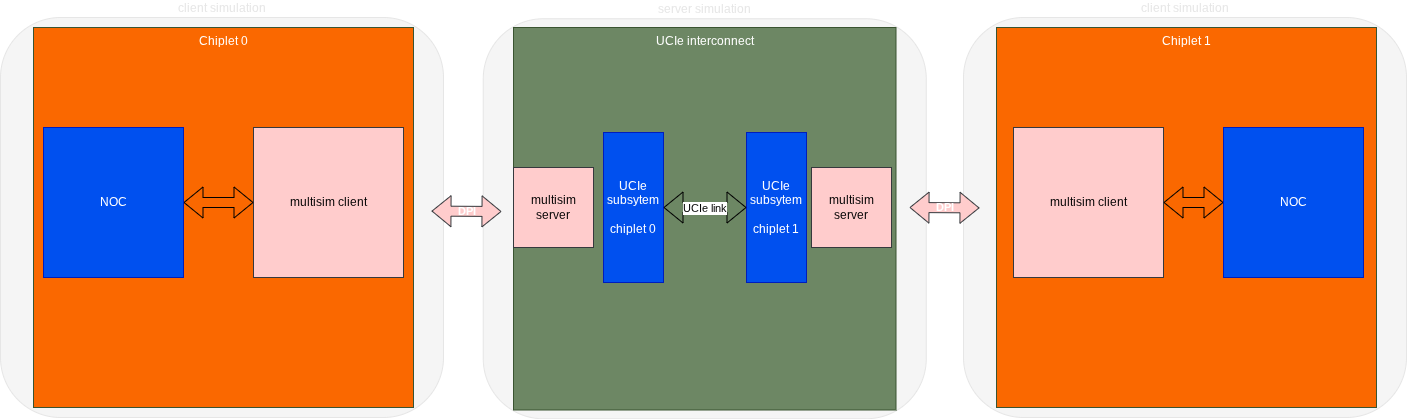
The draw.io diagram .assets/multisim_multi_chiplet_UCIE.drawio.png in zarubaf/multisim, before a commit. Source tidied: cells renumbered, new cells last; positions are measured from the earlier drawing's top-left corner, leaving out a move shared by most shapes. The source it was exported from:
```xml
<mxGraphModel>
  <root>
    <mxCell id="0" />
    <mxCell id="1" parent="0" />
    <mxCell id="2" value="server simulation" style="rounded=1;whiteSpace=wrap;html=1;labelPosition=center;verticalLabelPosition=top;align=center;verticalAlign=bottom;fillColor=#f5f5f5;strokeColor=#E6E6E6;fontColor=#E6E6E6;" parent="1" vertex="1">
      <mxGeometry x="482.8" y="1.2" width="443" height="400" as="geometry" />
    </mxCell>
    <mxCell id="3" value="client&lt;span style=&quot;background-color: transparent;&quot;&gt;&amp;nbsp;simulation&lt;/span&gt;" style="rounded=1;whiteSpace=wrap;html=1;labelPosition=center;verticalLabelPosition=top;align=center;verticalAlign=bottom;fillColor=#f5f5f5;strokeColor=#E6E6E6;fontColor=#E6E6E6;" parent="1" vertex="1">
      <mxGeometry width="443" height="400" as="geometry" />
    </mxCell>
    <mxCell id="4" value="Chiplet 0" style="whiteSpace=wrap;html=1;fillColor=#FA6800;strokeColor=#3A5431;align=center;labelPosition=center;verticalLabelPosition=middle;verticalAlign=top;fontColor=#ffffff;" parent="1" vertex="1">
      <mxGeometry x="33" y="10" width="380" height="380" as="geometry" />
    </mxCell>
    <mxCell id="5" value="multisim client" style="whiteSpace=wrap;html=1;fillColor=#ffcccc;strokeColor=#36393d;" parent="1" vertex="1">
      <mxGeometry x="253" y="110" width="150" height="150" as="geometry" />
    </mxCell>
    <mxCell id="6" value="DPI" style="shape=flexArrow;endArrow=classic;startArrow=classic;html=1;rounded=0;fillColor=#ffcccc;strokeColor=#36393d;labelBackgroundColor=none;labelBorderColor=none;textShadow=0;fontStyle=1;fontColor=#FFFFFF;" parent="1" edge="1">
      <mxGeometry relative="1" as="geometry">
        <mxPoint x="431" y="193.6" as="sourcePoint" />
        <mxPoint x="501" y="194" as="targetPoint" />
      </mxGeometry>
    </mxCell>
    <mxCell id="7" style="shape=flexArrow;endArrow=classic;startArrow=classic;html=1;rounded=0;exitX=1;exitY=0.5;exitDx=0;exitDy=0;entryX=0;entryY=0.5;entryDx=0;entryDy=0;" parent="1" edge="1" source="8" target="5">
      <mxGeometry relative="1" as="geometry" />
    </mxCell>
    <mxCell id="8" value="NOC" style="rounded=0;whiteSpace=wrap;html=1;fillColor=#0050ef;strokeColor=#001DBC;fontColor=#ffffff;" parent="1" vertex="1">
      <mxGeometry x="43" y="110" width="140" height="150" as="geometry" />
    </mxCell>
    <mxCell id="9" value="client simulation" style="rounded=1;whiteSpace=wrap;html=1;labelPosition=center;verticalLabelPosition=top;align=center;verticalAlign=bottom;direction=east;fillColor=#f5f5f5;fontColor=#E6E6E6;strokeColor=#E6E6E6;" parent="1" vertex="1">
      <mxGeometry x="963" width="443" height="400" as="geometry" />
    </mxCell>
    <mxCell id="10" value="Chiplet 1" style="whiteSpace=wrap;html=1;fillColor=#FA6800;strokeColor=#3A5431;align=center;labelPosition=center;verticalLabelPosition=middle;verticalAlign=top;fontColor=#ffffff;direction=east;" parent="1" vertex="1">
      <mxGeometry x="996" y="10" width="380" height="380" as="geometry" />
    </mxCell>
    <mxCell id="11" value="multisim client" style="whiteSpace=wrap;html=1;fillColor=#ffcccc;strokeColor=#36393d;direction=east;" parent="1" vertex="1">
      <mxGeometry x="1013" y="110" width="150" height="150" as="geometry" />
    </mxCell>
    <mxCell id="12" style="shape=flexArrow;endArrow=classic;startArrow=classic;html=1;rounded=0;exitX=0;exitY=0.5;exitDx=0;exitDy=0;" parent="1" edge="1" source="13">
      <mxGeometry relative="1" as="geometry">
        <mxPoint x="1163" y="185" as="targetPoint" />
      </mxGeometry>
    </mxCell>
    <mxCell id="13" value="NOC" style="rounded=0;whiteSpace=wrap;html=1;fillColor=#0050ef;strokeColor=#001DBC;direction=east;fontColor=#ffffff;" parent="1" vertex="1">
      <mxGeometry x="1223" y="110" width="140" height="150" as="geometry" />
    </mxCell>
    <mxCell id="14" value="UCIe interconnect" style="whiteSpace=wrap;html=1;fillColor=#6d8764;strokeColor=#3A5431;align=center;labelPosition=center;verticalLabelPosition=middle;verticalAlign=top;fontColor=#ffffff;" parent="1" vertex="1">
      <mxGeometry x="513" y="10" width="382.5" height="382.5" as="geometry" />
    </mxCell>
    <mxCell id="15" value="multisim server" style="whiteSpace=wrap;html=1;fillColor=#ffcccc;strokeColor=#36393d;" parent="1" vertex="1">
      <mxGeometry x="513" y="150" width="80" height="80" as="geometry" />
    </mxCell>
    <mxCell id="16" value="multisim server" style="whiteSpace=wrap;html=1;fillColor=#ffcccc;strokeColor=#36393d;" parent="1" vertex="1">
      <mxGeometry x="811" y="150" width="80" height="80" as="geometry" />
    </mxCell>
    <mxCell id="17" value="UCIe&lt;div&gt;subsytem&lt;br&gt;&lt;br&gt;chiplet 0&lt;/div&gt;" style="rounded=0;whiteSpace=wrap;html=1;fillColor=#0050ef;strokeColor=#001DBC;fontColor=#ffffff;" parent="1" vertex="1">
      <mxGeometry x="603" y="115" width="60" height="150" as="geometry" />
    </mxCell>
    <mxCell id="18" value="UCIe&lt;div&gt;subsytem&lt;/div&gt;&lt;div&gt;&lt;br&gt;&lt;/div&gt;&lt;div&gt;chiplet 1&lt;/div&gt;" style="rounded=0;whiteSpace=wrap;html=1;fillColor=#0050ef;strokeColor=#001DBC;fontColor=#ffffff;" parent="1" vertex="1">
      <mxGeometry x="746" y="115" width="60" height="150" as="geometry" />
    </mxCell>
    <mxCell id="19" style="shape=flexArrow;endArrow=classic;startArrow=classic;html=1;rounded=0;exitX=1;exitY=0.5;exitDx=0;exitDy=0;entryX=0;entryY=0.5;entryDx=0;entryDy=0;" parent="1" edge="1" source="17" target="18">
      <mxGeometry relative="1" as="geometry" />
    </mxCell>
    <mxCell id="20" value="UCIe link" style="edgeLabel;html=1;align=center;verticalAlign=middle;" parent="19" vertex="1">
      <mxGeometry x="-0.18" y="-3" relative="1" as="geometry">
        <mxPoint x="6" y="-3" as="offset" />
      </mxGeometry>
    </mxCell>
    <mxCell id="21" value="DPI" style="shape=flexArrow;endArrow=classic;startArrow=classic;html=1;rounded=0;fillColor=#ffcccc;strokeColor=#36393d;labelBackgroundColor=none;labelBorderColor=none;textShadow=0;fontStyle=1;fontColor=#FFFFFF;" parent="1" edge="1">
      <mxGeometry relative="1" as="geometry">
        <mxPoint x="909" y="190" as="sourcePoint" />
        <mxPoint x="979" y="190.4" as="targetPoint" />
      </mxGeometry>
    </mxCell>
  </root>
</mxGraphModel>
```
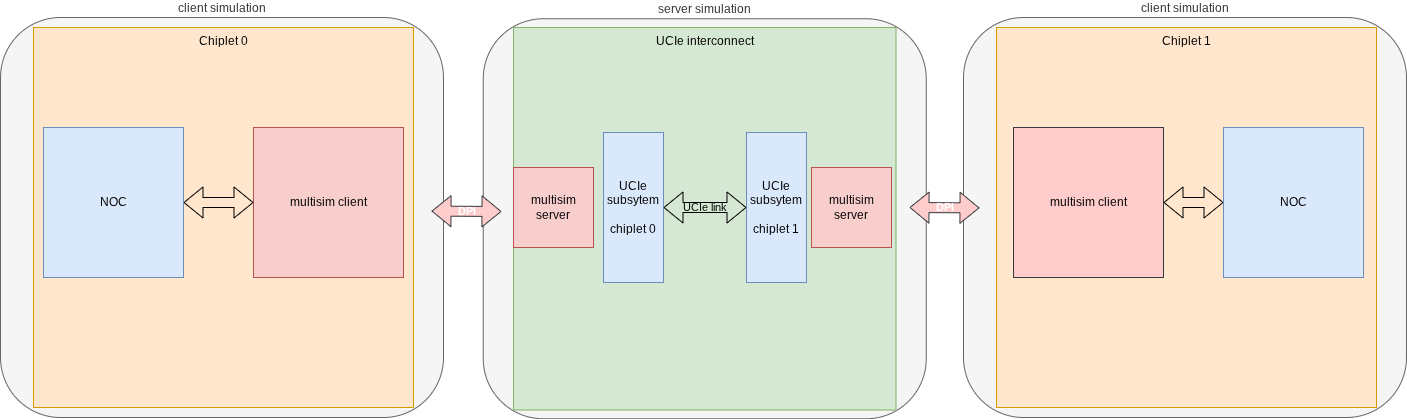
After the commit.

The edit, as a diff of the source:
```diff
@@ -2,16 +2,16 @@
   <root>
     <mxCell id="0" />
     <mxCell id="1" parent="0" />
-    <mxCell id="2" value="server simulation" style="rounded=1;whiteSpace=wrap;html=1;labelPosition=center;verticalLabelPosition=top;align=center;verticalAlign=bottom;fillColor=#f5f5f5;strokeColor=#E6E6E6;fontColor=#E6E6E6;" parent="1" vertex="1">
+    <mxCell id="2" value="server simulation" style="rounded=1;whiteSpace=wrap;html=1;labelPosition=center;verticalLabelPosition=top;align=center;verticalAlign=bottom;fillColor=#f5f5f5;strokeColor=#666666;fontColor=#333333;" parent="1" vertex="1">
       <mxGeometry x="482.8" y="1.2" width="443" height="400" as="geometry" />
     </mxCell>
-    <mxCell id="3" value="client&lt;span style=&quot;background-color: transparent;&quot;&gt;&amp;nbsp;simulation&lt;/span&gt;" style="rounded=1;whiteSpace=wrap;html=1;labelPosition=center;verticalLabelPosition=top;align=center;verticalAlign=bottom;fillColor=#f5f5f5;strokeColor=#E6E6E6;fontColor=#E6E6E6;" parent="1" vertex="1">
+    <mxCell id="3" value="client&lt;span style=&quot;background-color: transparent;&quot;&gt;&amp;nbsp;simulation&lt;/span&gt;" style="rounded=1;whiteSpace=wrap;html=1;labelPosition=center;verticalLabelPosition=top;align=center;verticalAlign=bottom;fillColor=#f5f5f5;strokeColor=#666666;fontColor=#333333;" parent="1" vertex="1">
       <mxGeometry width="443" height="400" as="geometry" />
     </mxCell>
-    <mxCell id="4" value="Chiplet 0" style="whiteSpace=wrap;html=1;fillColor=#FA6800;strokeColor=#3A5431;align=center;labelPosition=center;verticalLabelPosition=middle;verticalAlign=top;fontColor=#ffffff;" parent="1" vertex="1">
+    <mxCell id="4" value="Chiplet 0" style="whiteSpace=wrap;html=1;fillColor=#ffe6cc;strokeColor=#d79b00;align=center;labelPosition=center;verticalLabelPosition=middle;verticalAlign=top;" parent="1" vertex="1">
       <mxGeometry x="33" y="10" width="380" height="380" as="geometry" />
     </mxCell>
-    <mxCell id="5" value="multisim client" style="whiteSpace=wrap;html=1;fillColor=#ffcccc;strokeColor=#36393d;" parent="1" vertex="1">
+    <mxCell id="5" value="multisim client" style="whiteSpace=wrap;html=1;fillColor=#f8cecc;strokeColor=#b85450;" parent="1" vertex="1">
       <mxGeometry x="253" y="110" width="150" height="150" as="geometry" />
     </mxCell>
     <mxCell id="6" value="DPI" style="shape=flexArrow;endArrow=classic;startArrow=classic;html=1;rounded=0;fillColor=#ffcccc;strokeColor=#36393d;labelBackgroundColor=none;labelBorderColor=none;textShadow=0;fontStyle=1;fontColor=#FFFFFF;" parent="1" edge="1">
@@ -23,13 +23,13 @@
     <mxCell id="7" style="shape=flexArrow;endArrow=classic;startArrow=classic;html=1;rounded=0;exitX=1;exitY=0.5;exitDx=0;exitDy=0;entryX=0;entryY=0.5;entryDx=0;entryDy=0;" parent="1" edge="1" source="8" target="5">
       <mxGeometry relative="1" as="geometry" />
     </mxCell>
-    <mxCell id="8" value="NOC" style="rounded=0;whiteSpace=wrap;html=1;fillColor=#0050ef;strokeColor=#001DBC;fontColor=#ffffff;" parent="1" vertex="1">
+    <mxCell id="8" value="NOC" style="rounded=0;whiteSpace=wrap;html=1;fillColor=#dae8fc;strokeColor=#6c8ebf;" parent="1" vertex="1">
       <mxGeometry x="43" y="110" width="140" height="150" as="geometry" />
     </mxCell>
-    <mxCell id="9" value="client simulation" style="rounded=1;whiteSpace=wrap;html=1;labelPosition=center;verticalLabelPosition=top;align=center;verticalAlign=bottom;direction=east;fillColor=#f5f5f5;fontColor=#E6E6E6;strokeColor=#E6E6E6;" parent="1" vertex="1">
+    <mxCell id="9" value="client simulation" style="rounded=1;whiteSpace=wrap;html=1;labelPosition=center;verticalLabelPosition=top;align=center;verticalAlign=bottom;direction=east;fillColor=#f5f5f5;fontColor=#333333;strokeColor=#666666;" parent="1" vertex="1">
       <mxGeometry x="963" width="443" height="400" as="geometry" />
     </mxCell>
-    <mxCell id="10" value="Chiplet 1" style="whiteSpace=wrap;html=1;fillColor=#FA6800;strokeColor=#3A5431;align=center;labelPosition=center;verticalLabelPosition=middle;verticalAlign=top;fontColor=#ffffff;direction=east;" parent="1" vertex="1">
+    <mxCell id="10" value="Chiplet 1" style="whiteSpace=wrap;html=1;fillColor=#ffe6cc;strokeColor=#d79b00;align=center;labelPosition=center;verticalLabelPosition=middle;verticalAlign=top;direction=east;" parent="1" vertex="1">
       <mxGeometry x="996" y="10" width="380" height="380" as="geometry" />
     </mxCell>
     <mxCell id="11" value="multisim client" style="whiteSpace=wrap;html=1;fillColor=#ffcccc;strokeColor=#36393d;direction=east;" parent="1" vertex="1">
@@ -40,30 +40,30 @@
         <mxPoint x="1163" y="185" as="targetPoint" />
       </mxGeometry>
     </mxCell>
-    <mxCell id="13" value="NOC" style="rounded=0;whiteSpace=wrap;html=1;fillColor=#0050ef;strokeColor=#001DBC;direction=east;fontColor=#ffffff;" parent="1" vertex="1">
+    <mxCell id="13" value="NOC" style="rounded=0;whiteSpace=wrap;html=1;fillColor=#dae8fc;strokeColor=#6c8ebf;direction=east;" parent="1" vertex="1">
       <mxGeometry x="1223" y="110" width="140" height="150" as="geometry" />
     </mxCell>
-    <mxCell id="14" value="UCIe interconnect" style="whiteSpace=wrap;html=1;fillColor=#6d8764;strokeColor=#3A5431;align=center;labelPosition=center;verticalLabelPosition=middle;verticalAlign=top;fontColor=#ffffff;" parent="1" vertex="1">
+    <mxCell id="14" value="UCIe interconnect" style="whiteSpace=wrap;html=1;fillColor=#d5e8d4;strokeColor=#82b366;align=center;labelPosition=center;verticalLabelPosition=middle;verticalAlign=top;" parent="1" vertex="1">
       <mxGeometry x="513" y="10" width="382.5" height="382.5" as="geometry" />
     </mxCell>
-    <mxCell id="15" value="multisim server" style="whiteSpace=wrap;html=1;fillColor=#ffcccc;strokeColor=#36393d;" parent="1" vertex="1">
+    <mxCell id="15" value="multisim server" style="whiteSpace=wrap;html=1;fillColor=#f8cecc;strokeColor=#b85450;" parent="1" vertex="1">
       <mxGeometry x="513" y="150" width="80" height="80" as="geometry" />
     </mxCell>
-    <mxCell id="16" value="multisim server" style="whiteSpace=wrap;html=1;fillColor=#ffcccc;strokeColor=#36393d;" parent="1" vertex="1">
+    <mxCell id="16" value="multisim server" style="whiteSpace=wrap;html=1;fillColor=#f8cecc;strokeColor=#b85450;" parent="1" vertex="1">
       <mxGeometry x="811" y="150" width="80" height="80" as="geometry" />
     </mxCell>
-    <mxCell id="17" value="UCIe&lt;div&gt;subsytem&lt;br&gt;&lt;br&gt;chiplet 0&lt;/div&gt;" style="rounded=0;whiteSpace=wrap;html=1;fillColor=#0050ef;strokeColor=#001DBC;fontColor=#ffffff;" parent="1" vertex="1">
+    <mxCell id="17" value="UCIe&lt;div&gt;subsytem&lt;br&gt;&lt;br&gt;chiplet 0&lt;/div&gt;" style="rounded=0;whiteSpace=wrap;html=1;fillColor=#dae8fc;strokeColor=#6c8ebf;" parent="1" vertex="1">
       <mxGeometry x="603" y="115" width="60" height="150" as="geometry" />
     </mxCell>
-    <mxCell id="18" value="UCIe&lt;div&gt;subsytem&lt;/div&gt;&lt;div&gt;&lt;br&gt;&lt;/div&gt;&lt;div&gt;chiplet 1&lt;/div&gt;" style="rounded=0;whiteSpace=wrap;html=1;fillColor=#0050ef;strokeColor=#001DBC;fontColor=#ffffff;" parent="1" vertex="1">
+    <mxCell id="18" value="UCIe&lt;div&gt;subsytem&lt;/div&gt;&lt;div&gt;&lt;br&gt;&lt;/div&gt;&lt;div&gt;chiplet 1&lt;/div&gt;" style="rounded=0;whiteSpace=wrap;html=1;fillColor=#dae8fc;strokeColor=#6c8ebf;" parent="1" vertex="1">
       <mxGeometry x="746" y="115" width="60" height="150" as="geometry" />
     </mxCell>
     <mxCell id="19" style="shape=flexArrow;endArrow=classic;startArrow=classic;html=1;rounded=0;exitX=1;exitY=0.5;exitDx=0;exitDy=0;entryX=0;entryY=0.5;entryDx=0;entryDy=0;" parent="1" edge="1" source="17" target="18">
       <mxGeometry relative="1" as="geometry" />
     </mxCell>
-    <mxCell id="20" value="UCIe link" style="edgeLabel;html=1;align=center;verticalAlign=middle;" parent="19" vertex="1">
+    <mxCell id="20" value="UCIe link" style="edgeLabel;html=1;align=center;verticalAlign=middle;labelBackgroundColor=none;" parent="19" vertex="1">
       <mxGeometry x="-0.18" y="-3" relative="1" as="geometry">
-        <mxPoint x="6" y="-3" as="offset" />
+        <mxPoint x="6" y="-4" as="offset" />
       </mxGeometry>
     </mxCell>
     <mxCell id="21" value="DPI" style="shape=flexArrow;endArrow=classic;startArrow=classic;html=1;rounded=0;fillColor=#ffcccc;strokeColor=#36393d;labelBackgroundColor=none;labelBorderColor=none;textShadow=0;fontStyle=1;fontColor=#FFFFFF;" parent="1" edge="1">
```
